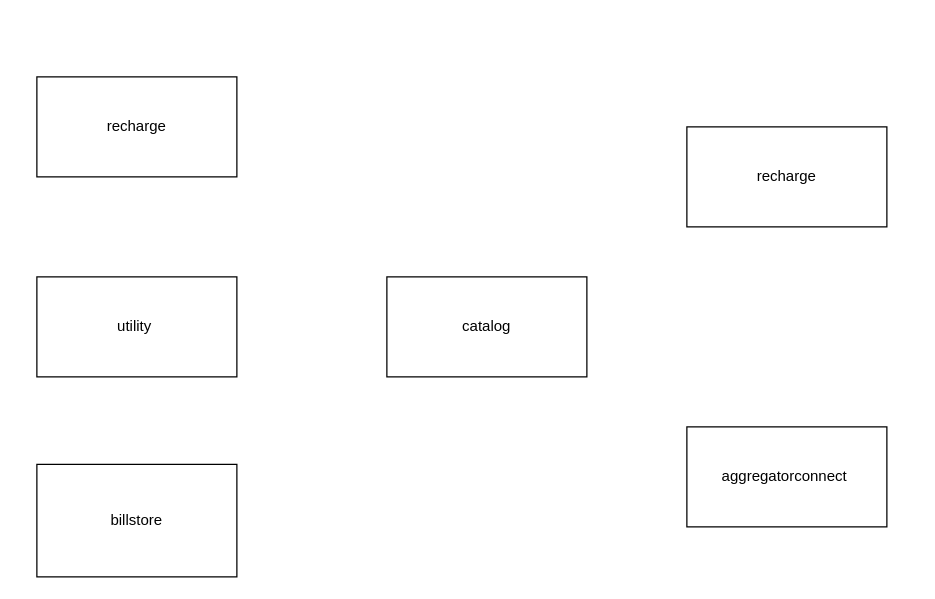
Earlier version of the draw.io diagram catalog.drawio (vikash-one/pa-services). Source tidied: cells renumbered, new cells numbered last; positions are measured from the earlier drawing's top-left corner, leaving out a move shared by most shapes. Both pictures are drawn from the tidied source at 125%, with x=0, y=0 at pixel (36, 76).
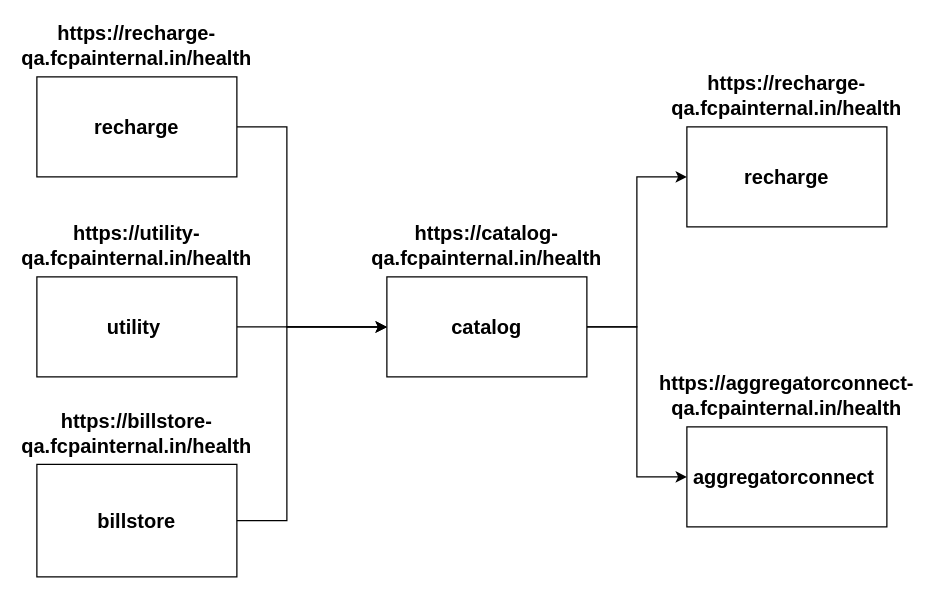
After the change.

Diff of the diagram source:
```diff
@@
+    <mxCell id="8" style="edgeStyle=orthogonalEdgeStyle;rounded=0;jettySize=auto;html=1;exitX=1;exitY=0.5;exitDx=0;exitDy=0;entryX=0;entryY=0.5;entryDx=0;entryDy=0;fontStyle=1;fontSize=16;" parent="1" edge="1" source="2" target="5">
+      <mxGeometry relative="1" as="geometry">
+        <Array as="points">
+          <mxPoint x="200" y="40" />
+          <mxPoint x="200" y="200" />
+        </Array>
+      </mxGeometry>
+    </mxCell>
-    <mxCell id="2" value="recharge" style="rounded=0;whiteSpace=wrap;html=1;" parent="1" vertex="1">
+    <mxCell id="2" value="recharge" style="rounded=0;whiteSpace=wrap;html=1;fontStyle=1;fontSize=16;" parent="1" vertex="1">
       <mxGeometry width="160" height="80" as="geometry" />
     </mxCell>
+    <mxCell id="9" style="edgeStyle=orthogonalEdgeStyle;rounded=0;jettySize=auto;html=1;exitX=1;exitY=0.5;exitDx=0;exitDy=0;fontStyle=1;fontSize=16;" parent="1" edge="1" source="3">
+      <mxGeometry relative="1" as="geometry">
+        <mxPoint x="280" y="200.3" as="targetPoint" />
+      </mxGeometry>
+    </mxCell>
-    <mxCell id="3" value="utility&amp;nbsp;" style="rounded=0;whiteSpace=wrap;html=1;" parent="1" vertex="1">
+    <mxCell id="3" value="utility&amp;nbsp;" style="rounded=0;whiteSpace=wrap;html=1;fontStyle=1;fontSize=16;" parent="1" vertex="1">
       <mxGeometry y="160" width="160" height="80" as="geometry" />
     </mxCell>
-    <mxCell id="4" value="billstore" style="rounded=0;whiteSpace=wrap;html=1;" parent="1" vertex="1">
+    <mxCell id="4" value="billstore" style="rounded=0;whiteSpace=wrap;html=1;fontStyle=1;fontSize=16;" parent="1" vertex="1">
       <mxGeometry y="310" width="160" height="90" as="geometry" />
     </mxCell>
+    <mxCell id="10" style="edgeStyle=orthogonalEdgeStyle;rounded=0;jettySize=auto;html=1;entryX=0;entryY=0.5;entryDx=0;entryDy=0;fontStyle=1;fontSize=16;" parent="1" edge="1" source="5" target="6">
+      <mxGeometry relative="1" as="geometry" />
+    </mxCell>
+    <mxCell id="11" style="edgeStyle=orthogonalEdgeStyle;rounded=0;jettySize=auto;html=1;exitX=1;exitY=0.5;exitDx=0;exitDy=0;entryX=0;entryY=0.5;entryDx=0;entryDy=0;fontStyle=1;fontSize=16;" parent="1" edge="1" source="5" target="7">
+      <mxGeometry relative="1" as="geometry" />
+    </mxCell>
-    <mxCell id="5" value="catalog" style="rounded=0;whiteSpace=wrap;html=1;" parent="1" vertex="1">
+    <mxCell id="5" value="catalog" style="rounded=0;whiteSpace=wrap;html=1;fontStyle=1;fontSize=16;" parent="1" vertex="1">
       <mxGeometry x="280" y="160" width="160" height="80" as="geometry" />
     </mxCell>
-    <mxCell id="6" value="recharge" style="rounded=0;whiteSpace=wrap;html=1;" parent="1" vertex="1">
+    <mxCell id="6" value="recharge" style="rounded=0;whiteSpace=wrap;html=1;fontStyle=1;fontSize=16;" parent="1" vertex="1">
       <mxGeometry x="520" y="40" width="160" height="80" as="geometry" />
     </mxCell>
-    <mxCell id="7" value="aggregatorconnect&amp;nbsp;" style="rounded=0;whiteSpace=wrap;html=1;" parent="1" vertex="1">
+    <mxCell id="7" value="aggregatorconnect&amp;nbsp;" style="rounded=0;whiteSpace=wrap;html=1;fontStyle=1;fontSize=16;" parent="1" vertex="1">
       <mxGeometry x="520" y="280" width="160" height="80" as="geometry" />
     </mxCell>
+    <mxCell id="12" value="https://recharge-qa.fcpainternal.in/health" style="text;html=1;align=center;verticalAlign=middle;whiteSpace=wrap;rounded=0;fontStyle=1;fontSize=16;" parent="1" vertex="1">
+      <mxGeometry y="-40" width="160" height="30" as="geometry" />
+    </mxCell>
+    <mxCell id="13" style="endArrow=classic;html=1;rounded=0;entryX=0;entryY=0.5;entryDx=0;entryDy=0;exitX=1;exitY=0.5;exitDx=0;exitDy=0;fontStyle=1;fontSize=16;" parent="1" edge="1" source="4" target="5">
+      <mxGeometry relative="1" as="geometry">
+        <Array as="points">
+          <mxPoint x="200" y="355" />
+          <mxPoint x="200" y="200" />
+        </Array>
+      </mxGeometry>
+    </mxCell>
+    <mxCell id="14" value="https://utility-qa.fcpainternal.in/health" style="text;html=1;align=center;verticalAlign=middle;whiteSpace=wrap;rounded=0;fontStyle=1;fontSize=16;" parent="1" vertex="1">
+      <mxGeometry y="120" width="160" height="30" as="geometry" />
+    </mxCell>
+    <mxCell id="15" value="https://billstore-qa.fcpainternal.in/health" style="text;html=1;align=center;verticalAlign=middle;whiteSpace=wrap;rounded=0;fontStyle=1;fontSize=16;" parent="1" vertex="1">
+      <mxGeometry y="270" width="160" height="30" as="geometry" />
+    </mxCell>
+    <mxCell id="16" value="https://catalog-qa.fcpainternal.in/health" style="text;html=1;align=center;verticalAlign=middle;whiteSpace=wrap;rounded=0;fontStyle=1;fontSize=16;" parent="1" vertex="1">
+      <mxGeometry x="280" y="120" width="160" height="30" as="geometry" />
+    </mxCell>
+    <mxCell id="17" value="https://recharge-qa.fcpainternal.in/health" style="text;html=1;align=center;verticalAlign=middle;whiteSpace=wrap;rounded=0;fontStyle=1;fontSize=16;" parent="1" vertex="1">
+      <mxGeometry x="520" width="160" height="30" as="geometry" />
+    </mxCell>
+    <mxCell id="18" value="https://aggregatorconnect-qa.fcpainternal.in/health" style="text;html=1;align=center;verticalAlign=middle;whiteSpace=wrap;rounded=0;fontStyle=1;fontSize=16;" parent="1" vertex="1">
+      <mxGeometry x="520" y="240" width="160" height="30" as="geometry" />
+    </mxCell>
```
